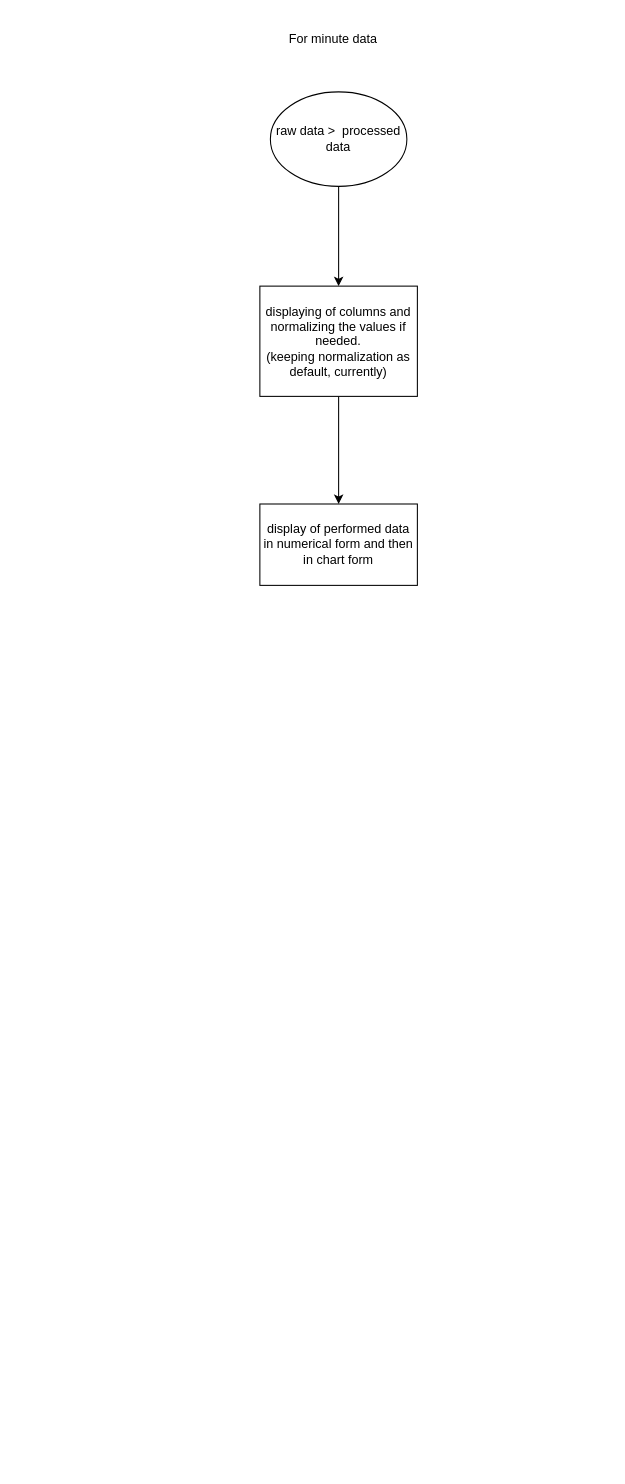
ryuzaki-ved/market_visualizations keeps this draw.io diagram as idea_viz.drawio. Above is the earlier version. Source tidied: cells renumbered, new cells numbered last; positions are measured from the earlier drawing's top-left corner, leaving out a move shared by most shapes. Both pictures are drawn from the tidied source at 105%, with x=0, y=0 at pixel (259, 18).
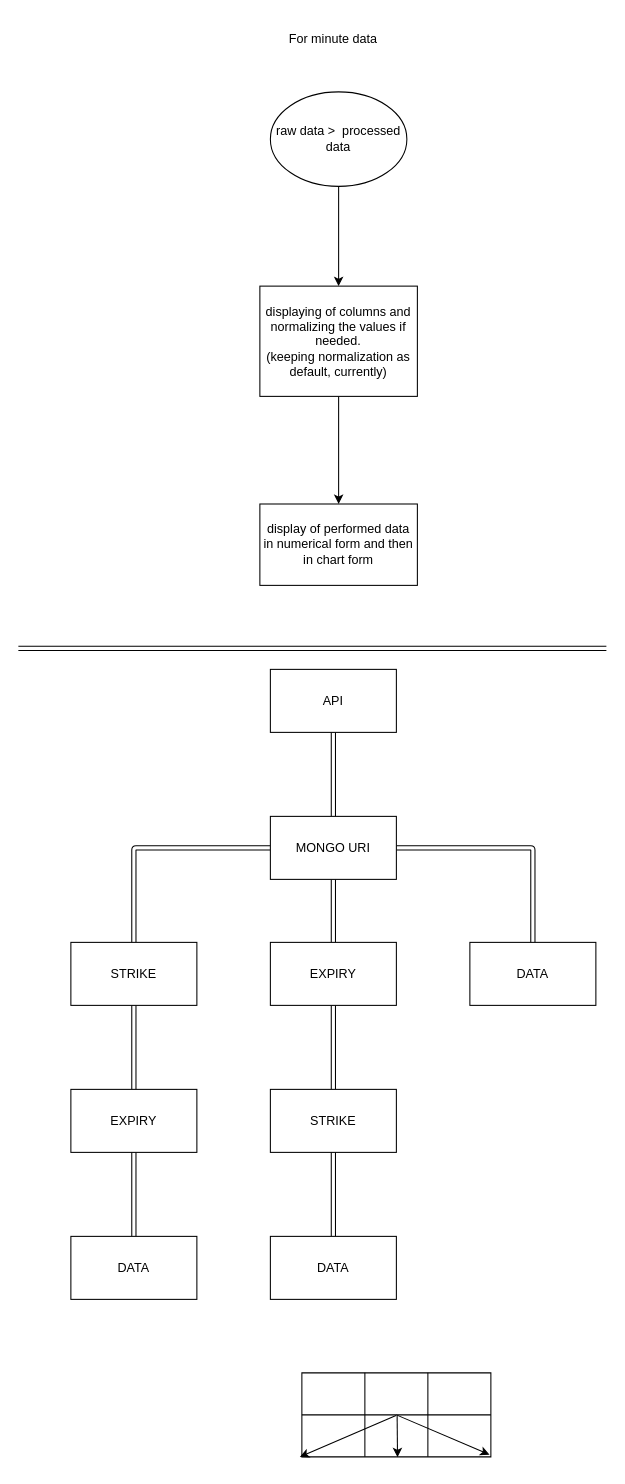
After the change.

Diff of the diagram source:
```diff
@@
+    <mxCell id="8" style="orthogonalLoop=1;jettySize=auto;html=1;shape=link;" parent="1" edge="1">
+      <mxGeometry relative="1" as="geometry">
+        <mxPoint x="-230" y="600" as="sourcePoint" />
+        <mxPoint x="330" y="600" as="targetPoint" />
+      </mxGeometry>
+    </mxCell>
+    <mxCell id="9" style="edgeStyle=none;shape=link;html=1;" parent="1" edge="1" source="10" target="14">
+      <mxGeometry relative="1" as="geometry" />
+    </mxCell>
+    <mxCell id="10" value="API" style="whiteSpace=wrap;html=1;" parent="1" vertex="1">
+      <mxGeometry x="10" y="620" width="120" height="60" as="geometry" />
+    </mxCell>
+    <mxCell id="11" style="edgeStyle=orthogonalEdgeStyle;shape=link;html=1;entryX=0.5;entryY=0;entryDx=0;entryDy=0;elbow=vertical;" parent="1" edge="1" source="14" target="16">
+      <mxGeometry relative="1" as="geometry" />
+    </mxCell>
+    <mxCell id="12" style="edgeStyle=orthogonalEdgeStyle;shape=link;html=1;elbow=vertical;" parent="1" edge="1" source="14" target="18">
+      <mxGeometry relative="1" as="geometry" />
+    </mxCell>
+    <mxCell id="13" style="edgeStyle=orthogonalEdgeStyle;shape=link;html=1;elbow=vertical;" parent="1" edge="1" source="14" target="19">
+      <mxGeometry relative="1" as="geometry" />
+    </mxCell>
+    <mxCell id="14" value="MONGO URI" style="whiteSpace=wrap;html=1;" parent="1" vertex="1">
+      <mxGeometry x="10" y="760" width="120" height="60" as="geometry" />
+    </mxCell>
+    <mxCell id="15" style="edgeStyle=orthogonalEdgeStyle;shape=link;html=1;elbow=vertical;" parent="1" edge="1" source="16" target="21">
+      <mxGeometry relative="1" as="geometry" />
+    </mxCell>
+    <mxCell id="16" value="STRIKE" style="whiteSpace=wrap;html=1;" parent="1" vertex="1">
+      <mxGeometry x="-180" y="880" width="120" height="60" as="geometry" />
+    </mxCell>
+    <mxCell id="17" style="edgeStyle=orthogonalEdgeStyle;shape=link;html=1;elbow=vertical;" parent="1" edge="1" source="18" target="24">
+      <mxGeometry relative="1" as="geometry" />
+    </mxCell>
+    <mxCell id="18" value="EXPIRY" style="whiteSpace=wrap;html=1;" parent="1" vertex="1">
+      <mxGeometry x="10" y="880" width="120" height="60" as="geometry" />
+    </mxCell>
+    <mxCell id="19" value="DATA" style="whiteSpace=wrap;html=1;" parent="1" vertex="1">
+      <mxGeometry x="200" y="880" width="120" height="60" as="geometry" />
+    </mxCell>
+    <mxCell id="20" style="edgeStyle=orthogonalEdgeStyle;shape=link;html=1;elbow=vertical;" parent="1" edge="1" source="21" target="22">
+      <mxGeometry relative="1" as="geometry" />
+    </mxCell>
+    <mxCell id="21" value="EXPIRY" style="whiteSpace=wrap;html=1;" parent="1" vertex="1">
+      <mxGeometry x="-180" y="1020" width="120" height="60" as="geometry" />
+    </mxCell>
+    <mxCell id="22" value="DATA" style="whiteSpace=wrap;html=1;" parent="1" vertex="1">
+      <mxGeometry x="-180" y="1160" width="120" height="60" as="geometry" />
+    </mxCell>
+    <mxCell id="23" style="edgeStyle=orthogonalEdgeStyle;shape=link;html=1;elbow=vertical;" parent="1" edge="1" source="24" target="25">
+      <mxGeometry relative="1" as="geometry" />
+    </mxCell>
+    <mxCell id="24" value="STRIKE" style="whiteSpace=wrap;html=1;" parent="1" vertex="1">
+      <mxGeometry x="10" y="1020" width="120" height="60" as="geometry" />
+    </mxCell>
+    <mxCell id="25" value="DATA" style="whiteSpace=wrap;html=1;" parent="1" vertex="1">
+      <mxGeometry x="10" y="1160" width="120" height="60" as="geometry" />
+    </mxCell>
+    <mxCell id="26" style="shape=table;startSize=0;childLayout=tableLayout;" parent="1" vertex="1">
+      <mxGeometry x="40" y="1290" width="180" height="80" as="geometry" />
+    </mxCell>
+    <mxCell id="27" style="shape=tableRow;horizontal=0;startSize=0;swimlaneHead=0;swimlaneBody=0;top=0;left=0;bottom=0;right=0;fillColor=none;" parent="26" vertex="1">
+      <mxGeometry width="180" height="40" as="geometry" />
+    </mxCell>
+    <mxCell id="28" style="shape=partialRectangle;html=1;whiteSpace=wrap;overflow=hidden;fillColor=none;top=0;left=0;bottom=0;right=0;" parent="27" vertex="1">
+      <mxGeometry width="60" height="40" as="geometry" />
+    </mxCell>
+    <mxCell id="29" style="shape=partialRectangle;html=1;whiteSpace=wrap;overflow=hidden;fillColor=none;top=0;left=0;bottom=0;right=0;" parent="27" vertex="1">
+      <mxGeometry x="60" width="60" height="40" as="geometry" />
+    </mxCell>
+    <mxCell id="30" style="shape=partialRectangle;html=1;whiteSpace=wrap;overflow=hidden;fillColor=none;top=0;left=0;bottom=0;right=0;" parent="27" vertex="1">
+      <mxGeometry x="120" width="60" height="40" as="geometry" />
+    </mxCell>
+    <mxCell id="31" style="shape=tableRow;horizontal=0;startSize=0;swimlaneHead=0;swimlaneBody=0;top=0;left=0;bottom=0;right=0;fillColor=none;points=[[0,0.5],[1,0.5]];portConstraint=eastwest;" parent="26" vertex="1">
+      <mxGeometry y="40" width="180" height="40" as="geometry" />
+    </mxCell>
+    <mxCell id="32" style="shape=partialRectangle;html=1;whiteSpace=wrap;overflow=hidden;fillColor=none;top=0;left=0;bottom=0;right=0;" parent="31" vertex="1">
+      <mxGeometry width="60" height="40" as="geometry" />
+    </mxCell>
+    <mxCell id="33" style="shape=partialRectangle;html=1;whiteSpace=wrap;overflow=hidden;fillColor=none;top=0;left=0;bottom=0;right=0;" parent="31" vertex="1">
+      <mxGeometry x="60" width="60" height="40" as="geometry" />
+    </mxCell>
+    <mxCell id="34" style="shape=partialRectangle;html=1;whiteSpace=wrap;overflow=hidden;fillColor=none;top=0;left=0;bottom=0;right=0;" parent="31" vertex="1">
+      <mxGeometry x="120" width="60" height="40" as="geometry" />
+    </mxCell>
+    <mxCell id="35" style="edgeStyle=none;orthogonalLoop=1;jettySize=auto;html=1;elbow=vertical;entryX=-0.011;entryY=1.002;entryDx=0;entryDy=0;entryPerimeter=0;exitX=0.498;exitY=0.015;exitDx=0;exitDy=0;exitPerimeter=0;" parent="26" edge="1" source="31" target="31">
+      <mxGeometry relative="1" as="geometry" />
+    </mxCell>
+    <mxCell id="36" style="edgeStyle=none;orthogonalLoop=1;jettySize=auto;html=1;elbow=vertical;exitX=0.504;exitY=0.022;exitDx=0;exitDy=0;exitPerimeter=0;entryX=0.506;entryY=1.008;entryDx=0;entryDy=0;entryPerimeter=0;" parent="26" edge="1" source="31" target="31">
+      <mxGeometry relative="1" as="geometry" />
+    </mxCell>
+    <mxCell id="37" style="edgeStyle=none;orthogonalLoop=1;jettySize=auto;html=1;elbow=vertical;entryX=0.993;entryY=0.948;entryDx=0;entryDy=0;entryPerimeter=0;exitX=0.5;exitY=0;exitDx=0;exitDy=0;exitPerimeter=0;" parent="26" edge="1" source="31" target="31">
+      <mxGeometry relative="1" as="geometry" />
+    </mxCell>
```
